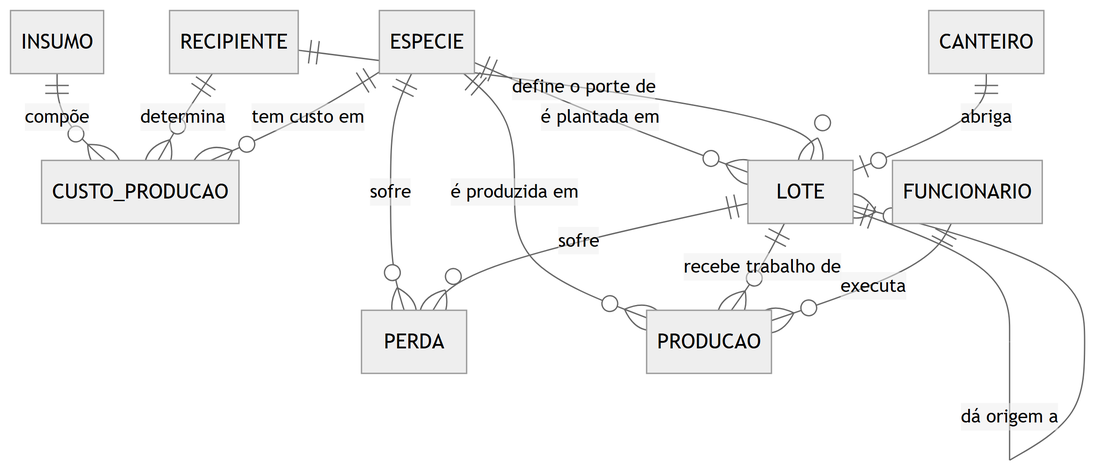
The Mermaid diagram docs/engenharia/modelo-dados-pt/img/fig06-conceitual-producao.png in JoaoMudar/tcc, before a commit. Its source is kept beside it as docs/engenharia/modelo-dados-pt/mmd/fig06-conceitual-producao.mmd.
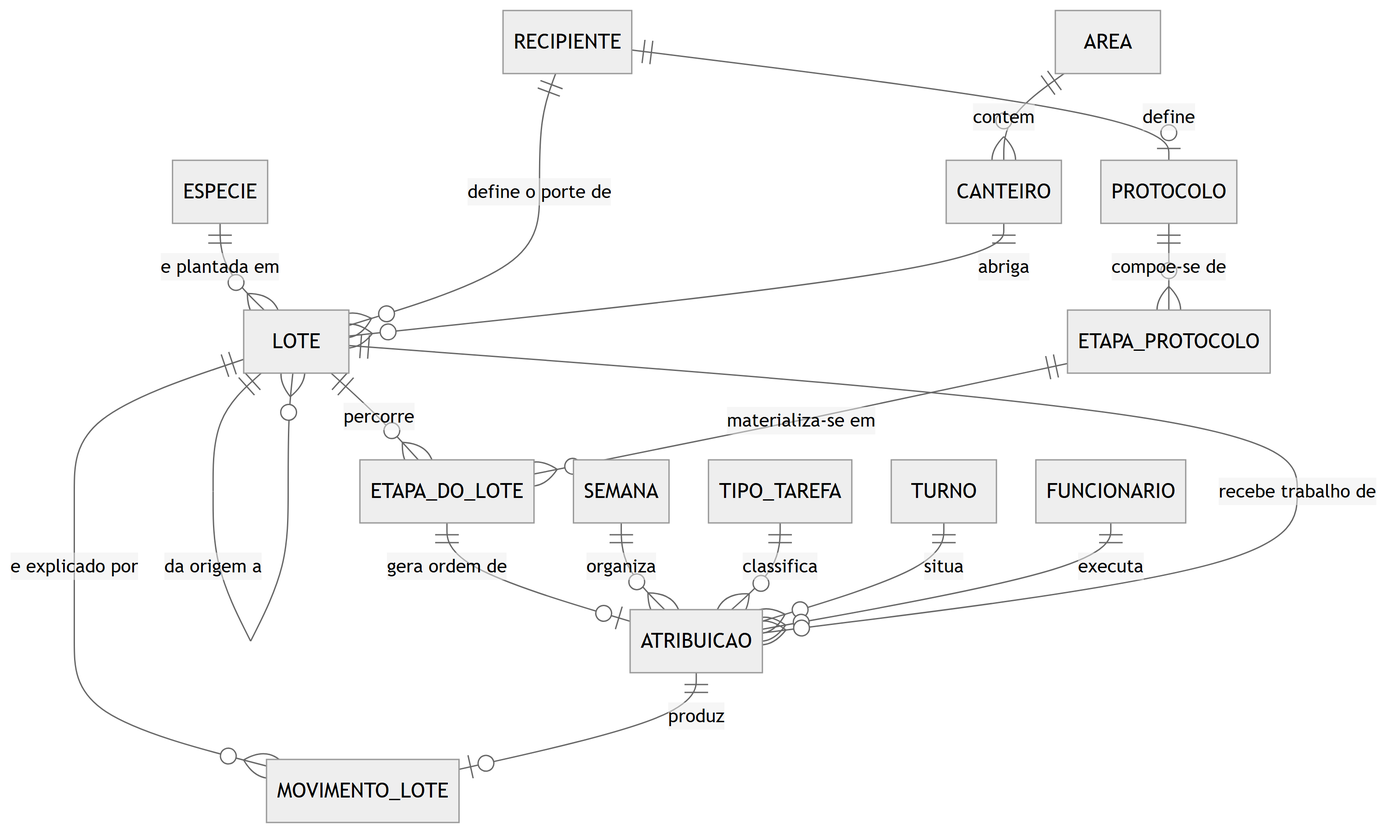
Above is the later version.

The edit, as a diff of the source:
```diff
@@ -1,13 +1,18 @@
 erDiagram
-  INSUMO       ||--o{ CUSTO_PRODUCAO : "compõe"
-  RECIPIENTE   ||--o{ CUSTO_PRODUCAO : "determina"
-  ESPECIE      ||--o{ CUSTO_PRODUCAO : "tem custo em"
-  ESPECIE      ||--o{ PERDA          : "sofre"
-  ESPECIE      ||--o{ PRODUCAO       : "é produzida em"
-  ESPECIE      ||--o{ LOTE           : "é plantada em"
+  ESPECIE      ||--o{ LOTE           : "e plantada em"
   RECIPIENTE   ||--o{ LOTE           : "define o porte de"
-  CANTEIRO     ||--o| LOTE           : "abriga"
-  LOTE         ||--o{ LOTE           : "dá origem a"
-  LOTE         ||--o{ PRODUCAO       : "recebe trabalho de"
-  LOTE         ||--o{ PERDA          : "sofre"
-  FUNCIONARIO  ||--o{ PRODUCAO       : "executa"
+  AREA         ||--o{ CANTEIRO       : "contem"
+  CANTEIRO     ||--o{ LOTE           : "abriga"
+  LOTE         ||--o{ LOTE           : "da origem a"
+  LOTE         ||--o{ MOVIMENTO_LOTE : "e explicado por"
+  LOTE         ||--o{ ETAPA_DO_LOTE  : "percorre"
+  RECIPIENTE   ||--o| PROTOCOLO      : "define"
+  PROTOCOLO    ||--o{ ETAPA_PROTOCOLO : "compoe-se de"
+  ETAPA_PROTOCOLO ||--o{ ETAPA_DO_LOTE : "materializa-se em"
+  ETAPA_DO_LOTE ||--o| ATRIBUICAO    : "gera ordem de"
+  SEMANA       ||--o{ ATRIBUICAO     : "organiza"
+  TIPO_TAREFA  ||--o{ ATRIBUICAO     : "classifica"
+  TURNO        ||--o{ ATRIBUICAO     : "situa"
+  FUNCIONARIO  ||--o{ ATRIBUICAO     : "executa"
+  LOTE         ||--o{ ATRIBUICAO     : "recebe trabalho de"
+  ATRIBUICAO   ||--o| MOVIMENTO_LOTE : "produz"
```
